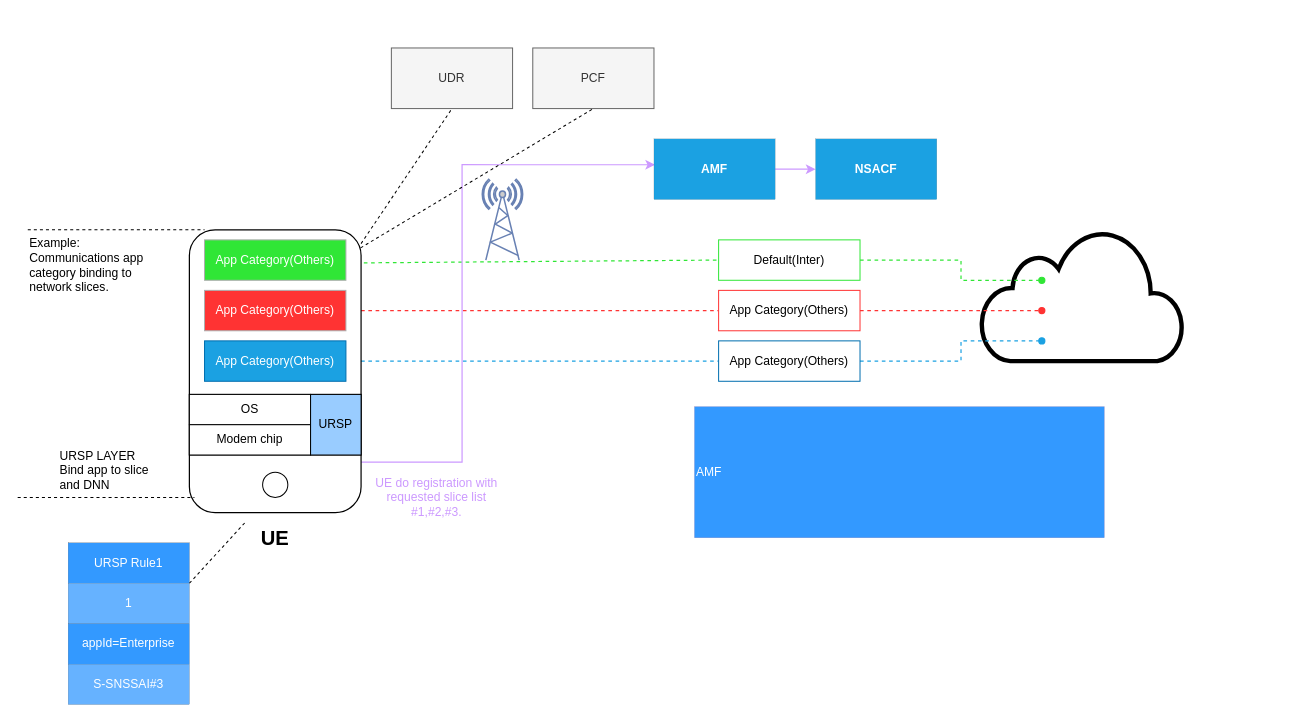
This is demo.drawio from YoungBreezeM/drawio, a draw.io file, before an edit. Source tidied: cells renumbered, new cells numbered last; positions are measured from the earlier drawing's top-left corner, leaving out a move shared by most shapes. Both pictures are drawn from the tidied source at 101%, with x=0, y=0 at pixel (17, 47).
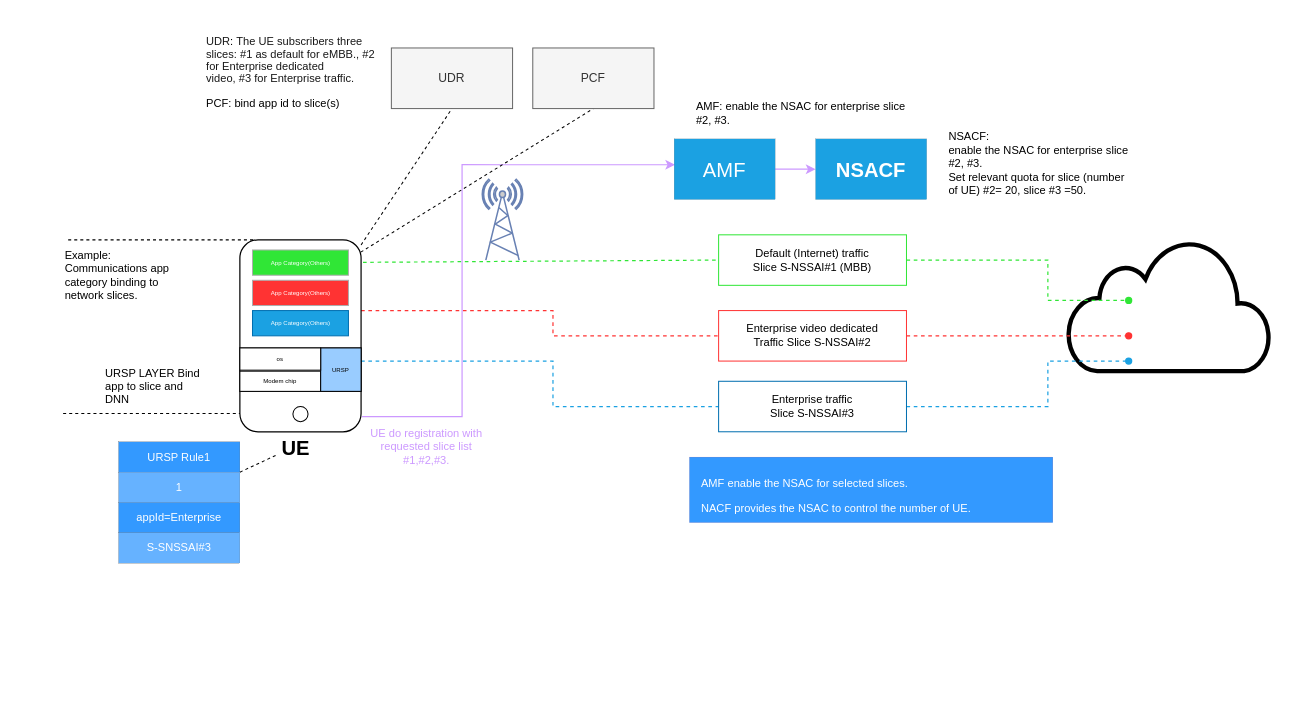
The same page after the edit.

Diff of the diagram source:
```diff
@@
     <mxCell id="2" style="html=1;fillColor=#FFFFFF;strokeColor=#000000;gradientColor=none;gradientDirection=north;strokeWidth=2;shape=mxgraph.networks.cloud;fontColor=#ffffff;fontSize=20;" parent="1" vertex="1">
-      <mxGeometry x="954" y="180" width="200" height="130" as="geometry" />
+      <mxGeometry x="1040" y="190" width="200" height="130" as="geometry" />
     </mxCell>
@@
     <mxCell id="5" style="edgeStyle=orthogonalEdgeStyle;rounded=0;jettySize=auto;html=1;entryX=0;entryY=0.5;entryDx=0;entryDy=0;dashed=1;strokeColor=#FF3333;strokeWidth=1.2;fontSize=20;fontColor=#000000;endArrow=none;endFill=0;" parent="1" edge="1" source="8" target="26">
       <mxGeometry relative="1" as="geometry">
         <Array as="points">
-          <mxPoint x="370" y="260" />
-          <mxPoint x="370" y="260" />
+          <mxPoint x="530" y="260" />
+          <mxPoint x="530" y="285" />
         </Array>
       </mxGeometry>
     </mxCell>
     <mxCell id="6" style="edgeStyle=orthogonalEdgeStyle;rounded=0;jettySize=auto;html=1;entryX=0;entryY=0.5;entryDx=0;entryDy=0;dashed=1;strokeColor=#1BA1E2;strokeWidth=1.2;fontSize=20;fontColor=#000000;endArrow=none;endFill=0;" parent="1" edge="1" source="8" target="29">
       <mxGeometry relative="1" as="geometry">
         <Array as="points">
-          <mxPoint x="400" y="310" />
-          <mxPoint x="400" y="310" />
+          <mxPoint x="530" y="310" />
+          <mxPoint x="530" y="355" />
         </Array>
       </mxGeometry>
     </mxCell>
-    <mxCell id="7" style="edgeStyle=orthogonalEdgeStyle;rounded=0;jettySize=auto;html=1;entryX=0.009;entryY=0.427;entryDx=0;entryDy=0;entryPerimeter=0;strokeColor=#CC99FF;strokeWidth=1.2;fontSize=12;fontColor=#FFFFFF;endArrow=classic;endFill=1;" parent="1" edge="1" source="8" target="39">
+    <mxCell id="7" style="edgeStyle=orthogonalEdgeStyle;rounded=0;jettySize=auto;html=1;entryX=0.009;entryY=0.427;entryDx=0;entryDy=0;entryPerimeter=0;strokeColor=#CC99FF;strokeWidth=1.2;fontSize=12;fontColor=#FFFFFF;endArrow=classic;endFill=1;exitX=1.008;exitY=0.921;exitDx=0;exitDy=0;exitPerimeter=0;" parent="1" edge="1" source="8" target="39">
       <mxGeometry relative="1" as="geometry">
         <Array as="points">
-          <mxPoint x="440" y="410" />
+          <mxPoint x="440" y="365" />
           <mxPoint x="440" y="116" />
         </Array>
       </mxGeometry>
     </mxCell>
     <mxCell id="8" style="rounded=1;whiteSpace=wrap;html=1;strokeWidth=1.2;" parent="1" vertex="1">
-      <mxGeometry x="170" y="180" width="170" height="280" as="geometry" />
+      <mxGeometry x="220" y="190" width="120" height="190" as="geometry" />
     </mxCell>
-    <mxCell id="9" value="&lt;font color=&quot;#ffffff&quot;&gt;App Category(Others)&lt;/font&gt;" style="rounded=0;whiteSpace=wrap;html=1;strokeColor=#ADADAD;fillColor=#30E636;" parent="1" vertex="1">
-      <mxGeometry x="185" y="190" width="140" height="40" as="geometry" />
+    <mxCell id="9" value="&lt;font color=&quot;#ffffff&quot; style=&quot;font-size: 6px;&quot;&gt;App Category(Others)&lt;/font&gt;" style="rounded=0;whiteSpace=wrap;html=1;strokeColor=#ADADAD;fillColor=#30E636;fontSize=6;" parent="1" vertex="1">
+      <mxGeometry x="232.5" y="200" width="95" height="25" as="geometry" />
     </mxCell>
@@
-    <mxCell id="11" value="&lt;font color=&quot;#ffffff&quot;&gt;App Category(Others)&lt;/font&gt;" style="rounded=0;whiteSpace=wrap;html=1;strokeColor=#ADADAD;fillColor=#FF3333;" parent="1" vertex="1">
-      <mxGeometry x="185" y="240" width="140" height="40" as="geometry" />
+    <mxCell id="11" value="&lt;font color=&quot;#ffffff&quot; style=&quot;font-size: 6px;&quot;&gt;App Category(Others)&lt;/font&gt;" style="rounded=0;whiteSpace=wrap;html=1;strokeColor=#ADADAD;fillColor=#FF3333;fontSize=6;" parent="1" vertex="1">
+      <mxGeometry x="232.5" y="230" width="95" height="25" as="geometry" />
     </mxCell>
-    <mxCell id="12" value="&lt;font color=&quot;#ffffff&quot;&gt;App Category(Others)&lt;/font&gt;" style="rounded=0;whiteSpace=wrap;html=1;strokeColor=#006EAF;fillColor=#1ba1e2;fontColor=#ffffff;" parent="1" vertex="1">
-      <mxGeometry x="185" y="290" width="140" height="40" as="geometry" />
+    <mxCell id="12" value="&lt;font color=&quot;#ffffff&quot; style=&quot;font-size: 6px;&quot;&gt;App Category(Others)&lt;/font&gt;" style="rounded=0;whiteSpace=wrap;html=1;strokeColor=#006EAF;fillColor=#1ba1e2;fontColor=#ffffff;fontSize=6;" parent="1" vertex="1">
+      <mxGeometry x="232.5" y="260" width="95" height="25" as="geometry" />
     </mxCell>
@@
-    <mxCell id="15" style="rounded=0;whiteSpace=wrap;html=1;" parent="1" vertex="1">
-      <mxGeometry x="170" y="343" width="170" height="60" as="geometry" />
+    <mxCell id="15" style="rounded=0;whiteSpace=wrap;html=1;fontSize=6;" parent="1" vertex="1">
+      <mxGeometry x="220" y="297" width="120" height="43" as="geometry" />
     </mxCell>
-    <mxCell id="16" style="ellipse;whiteSpace=wrap;html=1;" parent="1" vertex="1">
-      <mxGeometry x="242.5" y="420" width="25" height="25" as="geometry" />
+    <mxCell id="16" style="ellipse;whiteSpace=wrap;html=1;fontSize=6;" parent="1" vertex="1">
+      <mxGeometry x="272.5" y="355" width="15" height="15" as="geometry" />
     </mxCell>
-    <mxCell id="17" value="OS" style="rounded=0;whiteSpace=wrap;html=1;" parent="1" vertex="1">
-      <mxGeometry x="170" y="343" width="120" height="30" as="geometry" />
-    </mxCell>
-    <mxCell id="18" value="Modem chip" style="rounded=0;whiteSpace=wrap;html=1;" parent="1" vertex="1">
-      <mxGeometry x="170" y="373" width="120" height="30" as="geometry" />
+    <mxCell id="18" value="Modem chip" style="rounded=0;whiteSpace=wrap;html=1;fontSize=6;" parent="1" vertex="1">
+      <mxGeometry x="220" y="320" width="80" height="20" as="geometry" />
     </mxCell>
-    <mxCell id="19" value="URSP" style="rounded=0;whiteSpace=wrap;html=1;fillColor=#99CCFF;" parent="1" vertex="1">
-      <mxGeometry x="290" y="343" width="50" height="60" as="geometry" />
+    <mxCell id="19" value="URSP" style="rounded=0;whiteSpace=wrap;html=1;fillColor=#99CCFF;fontSize=6;" parent="1" vertex="1">
+      <mxGeometry x="300" y="297" width="40" height="43" as="geometry" />
     </mxCell>
     <mxCell id="20" value="&lt;font color=&quot;#000000&quot; style=&quot;font-size: 20px;&quot;&gt;&lt;b style=&quot;font-size: 20px;&quot;&gt;UE&lt;/b&gt;&lt;/font&gt;" style="text;html=1;strokeColor=none;fillColor=none;align=center;verticalAlign=middle;whiteSpace=wrap;rounded=0;fontColor=#FFFFFF;fontSize=20;" parent="1" vertex="1">
-      <mxGeometry x="225" y="470" width="60" height="30" as="geometry" />
+      <mxGeometry x="257.5" y="380" width="35" height="30" as="geometry" />
     </mxCell>
     <mxCell id="21" style="endArrow=none;dashed=1;html=1;rounded=0;fontSize=20;fontColor=#000000;" parent="1" edge="1">
       <mxGeometry relative="1" as="geometry">
-        <mxPoint x="10" y="180" as="sourcePoint" />
-        <mxPoint x="185" y="180" as="targetPoint" />
+        <mxPoint x="50" y="190" as="sourcePoint" />
+        <mxPoint x="235" y="190" as="targetPoint" />
         <Array as="points">
-          <mxPoint x="120" y="180" />
+          <mxPoint x="170" y="190" />
         </Array>
       </mxGeometry>
     </mxCell>
     <mxCell id="22" style="endArrow=none;dashed=1;html=1;rounded=0;fontSize=20;fontColor=#000000;" parent="1" edge="1">
       <mxGeometry relative="1" as="geometry">
-        <mxPoint y="445" as="sourcePoint" />
-        <mxPoint x="175" y="445" as="targetPoint" />
+        <mxPoint x="45" y="362" as="sourcePoint" />
+        <mxPoint x="220" y="362" as="targetPoint" />
         <Array as="points">
-          <mxPoint x="110" y="445" />
+          <mxPoint x="155" y="362" />
         </Array>
       </mxGeometry>
     </mxCell>
     <mxCell id="23" style="edgeStyle=orthogonalEdgeStyle;rounded=0;jettySize=auto;html=1;dashed=1;strokeColor=#30E636;strokeWidth=1.2;fontSize=20;fontColor=#000000;endArrow=oval;endFill=1;" parent="1" edge="1" source="24">
       <mxGeometry relative="1" as="geometry">
-        <mxPoint x="1014" y="230" as="targetPoint" />
+        <mxPoint x="1100" y="250" as="targetPoint" />
         <Array as="points">
-          <mxPoint x="934" y="210" />
-          <mxPoint x="934" y="230" />
+          <mxPoint x="1020" y="210" />
+          <mxPoint x="1020" y="250" />
         </Array>
       </mxGeometry>
     </mxCell>
-    <mxCell id="24" value="&lt;font&gt;Default(Inter)&lt;/font&gt;" style="rounded=0;whiteSpace=wrap;html=1;strokeColor=#30E636;fillColor=#FFFFFF;fontColor=#000000;" parent="1" vertex="1">
-      <mxGeometry x="694" y="190" width="140" height="40" as="geometry" />
+    <mxCell id="24" value="&lt;p style=&quot;margin-top: 0pt; margin-bottom: 0pt; font-size: 11px;&quot;&gt;&lt;span style=&quot;font-size: 11px; font-family: &amp;quot;Ericsson Hilda&amp;quot;;&quot;&gt;Default (Internet) traffic&lt;br style=&quot;font-size: 11px;&quot;&gt;Slice S-NSSAI#1 (MBB)&lt;/span&gt;&lt;/p&gt;" style="rounded=0;whiteSpace=wrap;html=1;strokeColor=#30E636;fillColor=#FFFFFF;fontColor=#000000;fontSize=11;" parent="1" vertex="1">
+      <mxGeometry x="694" y="185" width="186" height="50" as="geometry" />
     </mxCell>
     <mxCell id="25" style="edgeStyle=orthogonalEdgeStyle;rounded=0;jettySize=auto;html=1;dashed=1;strokeColor=#FF3333;strokeWidth=1.2;fontSize=20;fontColor=#000000;endArrow=oval;endFill=1;" parent="1" edge="1" source="26">
       <mxGeometry relative="1" as="geometry">
-        <mxPoint x="1014" y="260" as="targetPoint" />
+        <mxPoint x="1100" y="285" as="targetPoint" />
       </mxGeometry>
     </mxCell>
-    <mxCell id="26" value="&lt;font&gt;App Category(Others)&lt;/font&gt;" style="rounded=0;whiteSpace=wrap;html=1;strokeColor=#FF3333;fillColor=#FFFFFF;fontColor=#000000;" parent="1" vertex="1">
-      <mxGeometry x="694" y="240" width="140" height="40" as="geometry" />
+    <mxCell id="26" value="&lt;p style=&quot;margin-top: 0pt; margin-bottom: 0pt; font-size: 11px;&quot;&gt;&lt;span style=&quot;font-size: 11px; font-family: &amp;quot;Ericsson Hilda&amp;quot;;&quot;&gt;Enterprise video dedicated&lt;br style=&quot;font-size: 11px;&quot;&gt;Traffic Slice S-NSSAI#2&lt;/span&gt;&lt;/p&gt;" style="rounded=0;whiteSpace=wrap;html=1;strokeColor=#FF3333;fillColor=#FFFFFF;fontColor=#000000;fontSize=11;" parent="1" vertex="1">
+      <mxGeometry x="694" y="260" width="186" height="50" as="geometry" />
     </mxCell>
-    <mxCell id="27" style="edgeStyle=none;rounded=0;orthogonalLoop=1;jettySize=auto;html=1;exitX=0.5;exitY=1;exitDx=0;exitDy=0;dashed=1;strokeColor=#1BA1E2;strokeWidth=1.2;fontSize=20;fontColor=#000000;endArrow=none;endFill=0;" parent="1" edge="1" source="26" target="26">
+    <mxCell id="27" style="edgeStyle=none;rounded=0;orthogonalLoop=1;jettySize=auto;html=1;exitX=0.5;exitY=1;exitDx=0;exitDy=0;dashed=1;strokeColor=#1BA1E2;strokeWidth=1.2;fontSize=11;fontColor=#000000;endArrow=none;endFill=0;" parent="1" edge="1" source="26" target="26">
       <mxGeometry relative="1" as="geometry" />
     </mxCell>
-    <mxCell id="28" style="edgeStyle=orthogonalEdgeStyle;rounded=0;jettySize=auto;html=1;dashed=1;strokeColor=#1BA1E2;strokeWidth=1.2;fontSize=20;fontColor=#000000;endArrow=oval;endFill=1;" parent="1" edge="1" source="29">
+    <mxCell id="28" style="edgeStyle=orthogonalEdgeStyle;rounded=0;jettySize=auto;html=1;dashed=1;strokeColor=#1BA1E2;strokeWidth=1.2;fontSize=20;fontColor=#000000;endArrow=oval;endFill=1;exitX=1;exitY=0.5;exitDx=0;exitDy=0;" parent="1" edge="1" source="29">
       <mxGeometry relative="1" as="geometry">
-        <mxPoint x="1014" y="290" as="targetPoint" />
+        <mxPoint x="1100" y="310" as="targetPoint" />
         <Array as="points">
-          <mxPoint x="934" y="310" />
-          <mxPoint x="934" y="290" />
+          <mxPoint x="1020" y="355" />
+          <mxPoint x="1020" y="310" />
         </Array>
       </mxGeometry>
     </mxCell>
-    <mxCell id="29" value="&lt;font&gt;App Category(Others)&lt;/font&gt;" style="rounded=0;whiteSpace=wrap;html=1;strokeColor=#006EAF;fillColor=#FFFFFF;fontColor=#000000;" parent="1" vertex="1">
-      <mxGeometry x="694" y="290" width="140" height="40" as="geometry" />
+    <mxCell id="29" value="&lt;p style=&quot;margin-top: 0pt; margin-bottom: 0pt; font-size: 11px;&quot;&gt;&lt;span style=&quot;font-size: 11px; font-family: &amp;quot;Ericsson Hilda&amp;quot;;&quot;&gt;Enterprise traffic &lt;br style=&quot;font-size: 11px;&quot;&gt;Slice S-NSSAI#3&lt;/span&gt;&lt;/p&gt;" style="rounded=0;whiteSpace=wrap;html=1;strokeColor=#006EAF;fillColor=#FFFFFF;fontColor=#000000;fontSize=11;" parent="1" vertex="1">
+      <mxGeometry x="694" y="330" width="186" height="50" as="geometry" />
     </mxCell>
-    <mxCell id="30" style="rounded=0;whiteSpace=wrap;html=1;strokeColor=#000000;strokeWidth=0;fontSize=12;fontColor=#FFFFFF;fillColor=#FFFFFF;" parent="1" vertex="1">
-      <mxGeometry x="50" y="490" width="120" height="160" as="geometry" />
+    <mxCell id="30" style="rounded=0;whiteSpace=wrap;html=1;strokeColor=#000000;strokeWidth=0;fontSize=11;fontColor=#FFFFFF;fillColor=#FFFFFF;" parent="1" vertex="1">
+      <mxGeometry x="100" y="390" width="120" height="120" as="geometry" />
     </mxCell>
-    <mxCell id="31" value="&lt;font style=&quot;font-size: 12px;&quot;&gt;URSP Rule1&lt;/font&gt;" style="rounded=0;whiteSpace=wrap;html=1;strokeColor=#000000;strokeWidth=0;fontSize=12;fontColor=#FFFFFF;fillColor=#3399FF;" parent="1" vertex="1">
-      <mxGeometry x="50" y="490" width="120" height="40" as="geometry" />
+    <mxCell id="31" value="&lt;font style=&quot;font-size: 11px;&quot;&gt;URSP Rule1&lt;/font&gt;" style="rounded=0;whiteSpace=wrap;html=1;strokeColor=#000000;strokeWidth=0;fontSize=11;fontColor=#FFFFFF;fillColor=#3399FF;" parent="1" vertex="1">
+      <mxGeometry x="100" y="390" width="120" height="30" as="geometry" />
     </mxCell>
-    <mxCell id="32" style="rounded=0;jettySize=auto;html=1;entryX=0;entryY=0;entryDx=0;entryDy=0;dashed=1;strokeColor=#000000;strokeWidth=1;fontSize=12;fontColor=#FFFFFF;endArrow=none;endFill=0;exitX=1;exitY=0;exitDx=0;exitDy=0;" parent="1" edge="1" source="33" target="20">
+    <mxCell id="32" style="rounded=0;jettySize=auto;html=1;entryX=0;entryY=0.75;entryDx=0;entryDy=0;dashed=1;strokeColor=#000000;strokeWidth=1;fontSize=12;fontColor=#FFFFFF;endArrow=none;endFill=0;exitX=1;exitY=0;exitDx=0;exitDy=0;" parent="1" edge="1" source="33" target="20">
       <mxGeometry relative="1" as="geometry" />
     </mxCell>
-    <mxCell id="33" value="&lt;font style=&quot;font-size: 12px;&quot;&gt;1&lt;/font&gt;" style="rounded=0;whiteSpace=wrap;html=1;strokeColor=#000000;strokeWidth=0;fontSize=12;fontColor=#FFFFFF;fillColor=#66B2FF;" parent="1" vertex="1">
-      <mxGeometry x="50" y="530" width="120" height="40" as="geometry" />
+    <mxCell id="33" value="&lt;font style=&quot;font-size: 11px;&quot;&gt;1&lt;/font&gt;" style="rounded=0;whiteSpace=wrap;html=1;strokeColor=#000000;strokeWidth=0;fontSize=11;fontColor=#FFFFFF;fillColor=#66B2FF;" parent="1" vertex="1">
+      <mxGeometry x="100" y="420" width="120" height="30" as="geometry" />
     </mxCell>
-    <mxCell id="34" value="appId=Enterprise" style="rounded=0;whiteSpace=wrap;html=1;strokeColor=#000000;strokeWidth=0;fontSize=12;fontColor=#FFFFFF;fillColor=#3399FF;" parent="1" vertex="1">
-      <mxGeometry x="50" y="570" width="120" height="40" as="geometry" />
+    <mxCell id="34" value="appId=Enterprise" style="rounded=0;whiteSpace=wrap;html=1;strokeColor=#000000;strokeWidth=0;fontSize=11;fontColor=#FFFFFF;fillColor=#3399FF;" parent="1" vertex="1">
+      <mxGeometry x="100" y="450" width="120" height="30" as="geometry" />
     </mxCell>
-    <mxCell id="35" value="S-SNSSAI#3" style="rounded=0;whiteSpace=wrap;html=1;strokeColor=#000000;strokeWidth=0;fontSize=12;fontColor=#FFFFFF;fillColor=#66B2FF;" parent="1" vertex="1">
-      <mxGeometry x="50" y="610" width="120" height="40" as="geometry" />
+    <mxCell id="35" value="S-SNSSAI#3" style="rounded=0;whiteSpace=wrap;html=1;strokeColor=#000000;strokeWidth=0;fontSize=11;fontColor=#FFFFFF;fillColor=#66B2FF;" parent="1" vertex="1">
+      <mxGeometry x="100" y="480" width="120" height="30" as="geometry" />
     </mxCell>
-    <mxCell id="36" value="Example:&lt;br&gt;Communications app category binding to network slices." style="text;html=1;strokeColor=none;fillColor=none;align=left;verticalAlign=middle;whiteSpace=wrap;rounded=0;strokeWidth=0;fontSize=12;fontColor=#000000;" parent="1" vertex="1">
-      <mxGeometry x="10" y="200" width="120" height="30" as="geometry" />
+    <mxCell id="36" value="Example:&lt;br style=&quot;font-size: 11px;&quot;&gt;Communications app category binding to network slices." style="text;html=1;strokeColor=none;fillColor=none;align=left;verticalAlign=middle;whiteSpace=wrap;rounded=0;strokeWidth=0;fontSize=11;fontColor=#000000;" parent="1" vertex="1">
+      <mxGeometry x="45" y="210" width="120" height="30" as="geometry" />
     </mxCell>
-    <mxCell id="37" value="URSP LAYER Bind app to slice and DNN" style="text;html=1;strokeColor=none;fillColor=none;align=left;verticalAlign=middle;whiteSpace=wrap;rounded=0;strokeWidth=0;fontSize=12;fontColor=#000000;" parent="1" vertex="1">
-      <mxGeometry x="40" y="403" width="100" height="30" as="geometry" />
+    <mxCell id="37" value="URSP LAYER Bind app to slice and DNN" style="text;html=1;strokeColor=none;fillColor=none;align=left;verticalAlign=middle;whiteSpace=wrap;rounded=0;strokeWidth=0;fontSize=11;fontColor=#000000;" parent="1" vertex="1">
+      <mxGeometry x="85" y="320" width="100" height="30" as="geometry" />
     </mxCell>
@@
-    <mxCell id="39" value="&lt;b&gt;&lt;font color=&quot;#ffffff&quot;&gt;AMF&lt;/font&gt;&lt;/b&gt;" style="rounded=0;whiteSpace=wrap;html=1;strokeColor=#000000;strokeWidth=0;fontSize=12;fontColor=#000000;fillColor=#1BA1E2;" parent="1" vertex="1">
-      <mxGeometry x="630" y="90" width="120" height="60" as="geometry" />
+    <mxCell id="39" value="&lt;span style=&quot;font-size: 20px;&quot;&gt;&lt;font color=&quot;#ffffff&quot; style=&quot;font-size: 20px;&quot;&gt;AMF&lt;/font&gt;&lt;/span&gt;" style="rounded=0;whiteSpace=wrap;html=1;strokeColor=#000000;strokeWidth=0;fontSize=20;fontColor=#000000;fillColor=#1BA1E2;fontStyle=0;" parent="1" vertex="1">
+      <mxGeometry x="650" y="90" width="100" height="60" as="geometry" />
     </mxCell>
-    <mxCell id="40" value="&lt;b&gt;&lt;font color=&quot;#ffffff&quot;&gt;NSACF&lt;/font&gt;&lt;/b&gt;" style="rounded=0;whiteSpace=wrap;html=1;strokeColor=#000000;strokeWidth=0;fontSize=12;fontColor=#000000;fillColor=#1BA1E2;" parent="1" vertex="1">
-      <mxGeometry x="790" y="90" width="120" height="60" as="geometry" />
+    <mxCell id="40" value="&lt;b style=&quot;font-size: 20px;&quot;&gt;&lt;font color=&quot;#ffffff&quot; style=&quot;font-size: 20px;&quot;&gt;NSACF&lt;/font&gt;&lt;/b&gt;" style="rounded=0;whiteSpace=wrap;html=1;strokeColor=#000000;strokeWidth=0;fontSize=20;fontColor=#000000;fillColor=#1BA1E2;" parent="1" vertex="1">
+      <mxGeometry x="790" y="90" width="110" height="60" as="geometry" />
     </mxCell>
-    <mxCell id="41" value="&lt;font color=&quot;#cc99ff&quot;&gt;UE do registration with requested slice list #1,#2,#3.&lt;/font&gt;" style="text;html=1;strokeColor=none;fillColor=none;align=center;verticalAlign=middle;whiteSpace=wrap;rounded=0;strokeWidth=1.2;fontSize=12;fontColor=#FFFFFF;" parent="1" vertex="1">
-      <mxGeometry x="350" y="430" width="130" height="30" as="geometry" />
+    <mxCell id="41" value="&lt;font color=&quot;#cc99ff&quot; style=&quot;font-size: 11px;&quot;&gt;UE do registration with requested slice list #1,#2,#3.&lt;/font&gt;" style="text;html=1;strokeColor=none;fillColor=none;align=center;verticalAlign=middle;whiteSpace=wrap;rounded=0;strokeWidth=1.2;fontSize=11;fontColor=#FFFFFF;" parent="1" vertex="1">
+      <mxGeometry x="340" y="380" width="130" height="30" as="geometry" />
     </mxCell>
@@
-    <mxCell id="43" value="AMF&amp;nbsp;" style="rounded=0;whiteSpace=wrap;html=1;strokeColor=#FF3333;strokeWidth=0;fontSize=12;fontColor=#FFFFFF;fillColor=#3399FF;align=left;" parent="1" vertex="1">
-      <mxGeometry x="670" y="355" width="406" height="130" as="geometry" />
+    <mxCell id="43" value="&lt;p style=&quot;font-size: 11px;&quot;&gt;&lt;span style=&quot;font-size: 11px; font-family: &amp;quot;Ericsson Hilda&amp;quot;;&quot;&gt;AMF enable the NSAC for selected slices.&lt;/span&gt;&lt;/p&gt;&lt;span style=&quot;font-family: &amp;quot;Ericsson Hilda&amp;quot;;&quot;&gt;NACF provides the NSAC to control&amp;nbsp;&lt;/span&gt;&lt;span style=&quot;font-family: &amp;quot;Ericsson Hilda&amp;quot;;&quot;&gt;the number of UE.&lt;/span&gt;" style="rounded=0;whiteSpace=wrap;html=1;strokeColor=#FF3333;strokeWidth=0;fontSize=11;fontColor=#FFFFFF;fillColor=#3399FF;align=left;spacingLeft=10;" parent="1" vertex="1">
+      <mxGeometry x="665" y="405" width="360" height="65" as="geometry" />
     </mxCell>
+    <mxCell id="44" value="&lt;p style=&quot;margin-top: 0pt; margin-bottom: 0pt; font-size: 11px;&quot;&gt;&lt;span style=&quot;font-size: 11px;&quot;&gt;AMF: enable the NSAC for enterprise slice #2, #3.&lt;/span&gt;&lt;/p&gt;" style="text;html=1;strokeColor=none;fillColor=none;align=left;verticalAlign=middle;whiteSpace=wrap;rounded=0;fontSize=11;" parent="1" vertex="1">
+      <mxGeometry x="670" y="50" width="210" height="30" as="geometry" />
+    </mxCell>
+    <mxCell id="45" value="&lt;p style=&quot;margin-top: 0pt; margin-bottom: 0pt; font-size: 11px;&quot;&gt;&lt;span style=&quot;font-size: 11px;&quot;&gt;NSACF:&lt;br style=&quot;font-size: 11px;&quot;&gt;enable the NSAC for enterprise slice #2, #3.&lt;/span&gt;&lt;span style=&quot;background-color: initial; font-size: 11px;&quot;&gt;&amp;nbsp;&amp;nbsp;&lt;/span&gt;&lt;/p&gt;&lt;span style=&quot;font-size: 11px;&quot;&gt;Set relevant quota for slice (number of UE) #2= 20, slice #3 =50.&lt;/span&gt;&lt;p style=&quot;font-size: 11px;&quot;&gt;&lt;/p&gt;" style="text;html=1;strokeColor=none;fillColor=none;align=left;verticalAlign=middle;whiteSpace=wrap;rounded=0;fontSize=11;" parent="1" vertex="1">
+      <mxGeometry x="920" y="80" width="180" height="80" as="geometry" />
+    </mxCell>
+    <mxCell id="46" value="&lt;p style=&quot;line-height: normal; margin: 7.99pt 0in 0pt; text-indent: 0in; direction: ltr; unicode-bidi: embed; vertical-align: baseline; word-break: normal; font-size: 11px;&quot;&gt;&lt;font style=&quot;font-size: 11px;&quot;&gt;&lt;span style=&quot;font-family: &amp;quot;Ericsson Hilda&amp;quot;; font-variant-numeric: normal; font-variant-east-asian: normal; color: rgb(24, 24, 24); letter-spacing: 0pt; vertical-align: baseline;&quot;&gt;UDR&lt;/span&gt;:&amp;nbsp;&lt;span style=&quot;font-family: &amp;quot;Ericsson Hilda&amp;quot;; font-variant-numeric: normal; font-variant-east-asian: normal; color: rgb(24, 24, 24); letter-spacing: 0pt; vertical-align: baseline;&quot;&gt;The UE subscribers three slices: #1 as default for &lt;/span&gt;&lt;span style=&quot;font-family: &amp;quot;Ericsson Hilda&amp;quot;; font-variant-numeric: normal; font-variant-east-asian: normal; color: rgb(24, 24, 24); letter-spacing: 0pt; vertical-align: baseline;&quot;&gt;eMBB&lt;/span&gt;&lt;span style=&quot;font-family: &amp;quot;Ericsson Hilda&amp;quot;; font-variant-numeric: normal; font-variant-east-asian: normal; color: rgb(24, 24, 24); letter-spacing: 0pt; vertical-align: baseline;&quot;&gt;., #2 for Enterprise dedicated&lt;br&gt;video, #3 for Enterprise traffic.&lt;/span&gt;&lt;/font&gt;&lt;/p&gt;&lt;font style=&quot;font-size: 11px;&quot;&gt;&lt;br&gt;&lt;span style=&quot;text-indent: 0in; background-color: initial;&quot;&gt;PCF: bind app id to slice(s)&lt;/span&gt;&lt;br&gt;&lt;/font&gt;&lt;p style=&quot;line-height: normal; margin-top: 7.99pt; margin-left: 0in; margin-right: 0in; text-indent: 0in; unicode-bidi: embed; vertical-align: baseline; word-break: normal; font-size: 11px;&quot;&gt;&lt;/p&gt;" style="text;html=1;strokeColor=none;fillColor=none;align=left;verticalAlign=middle;whiteSpace=wrap;rounded=0;fontSize=6;" parent="1" vertex="1">
+      <mxGeometry x="185" y="-30" width="180" height="110" as="geometry" />
+    </mxCell>
+    <mxCell id="47" value="os" style="rounded=0;whiteSpace=wrap;html=1;fontSize=6;" parent="1" vertex="1">
+      <mxGeometry x="220" y="297" width="80" height="22" as="geometry" />
+    </mxCell>
```
